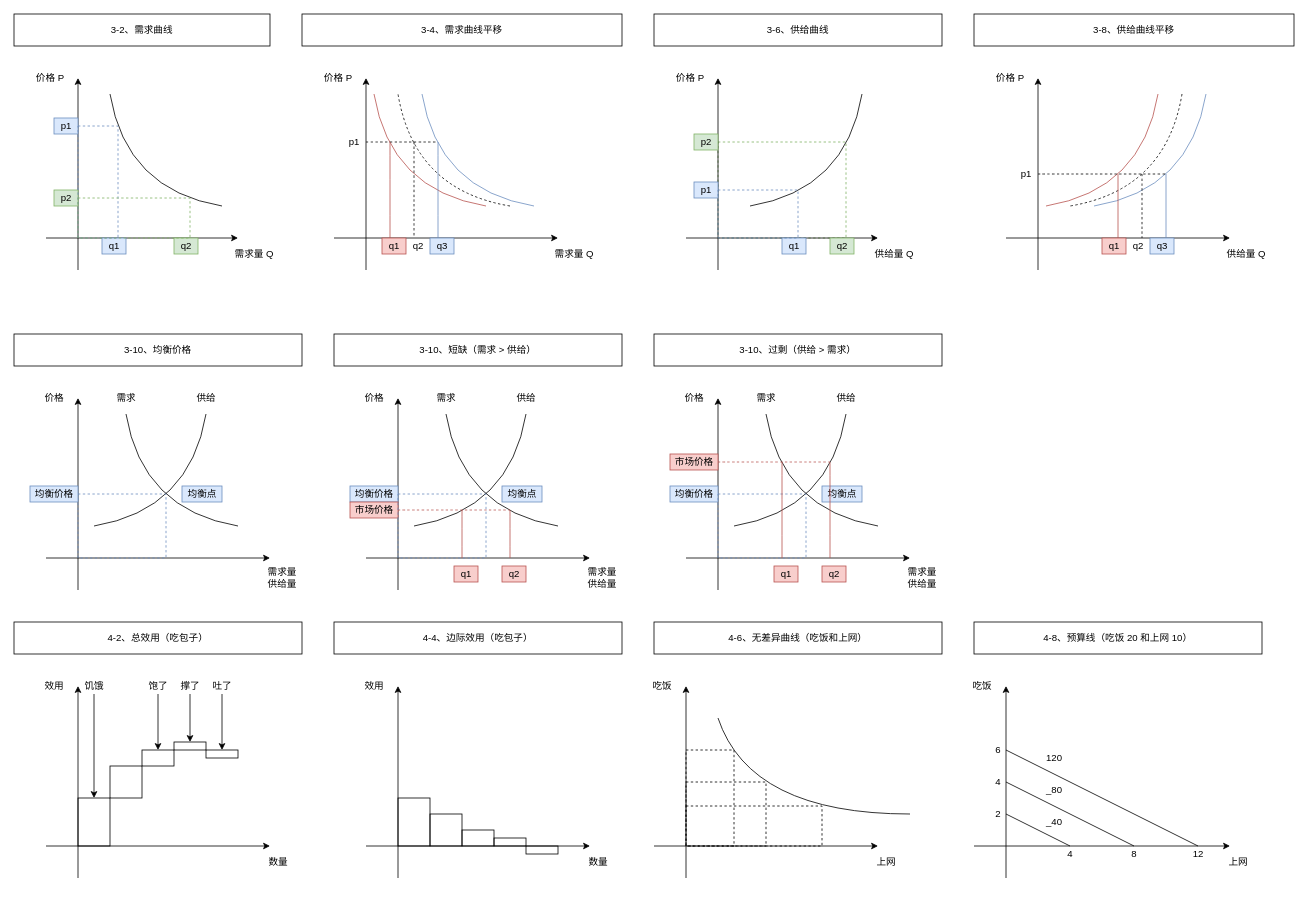
This is drawio/social-science/经济学.drawio from KelipuTe/note, a draw.io file, before an edit. Source tidied: cells renumbered, new cells numbered last; positions are measured from the earlier drawing's top-left corner, leaving out a move shared by most shapes. Both pictures are drawn from the tidied source at 80%, with x=0, y=0 at pixel (14, 14).
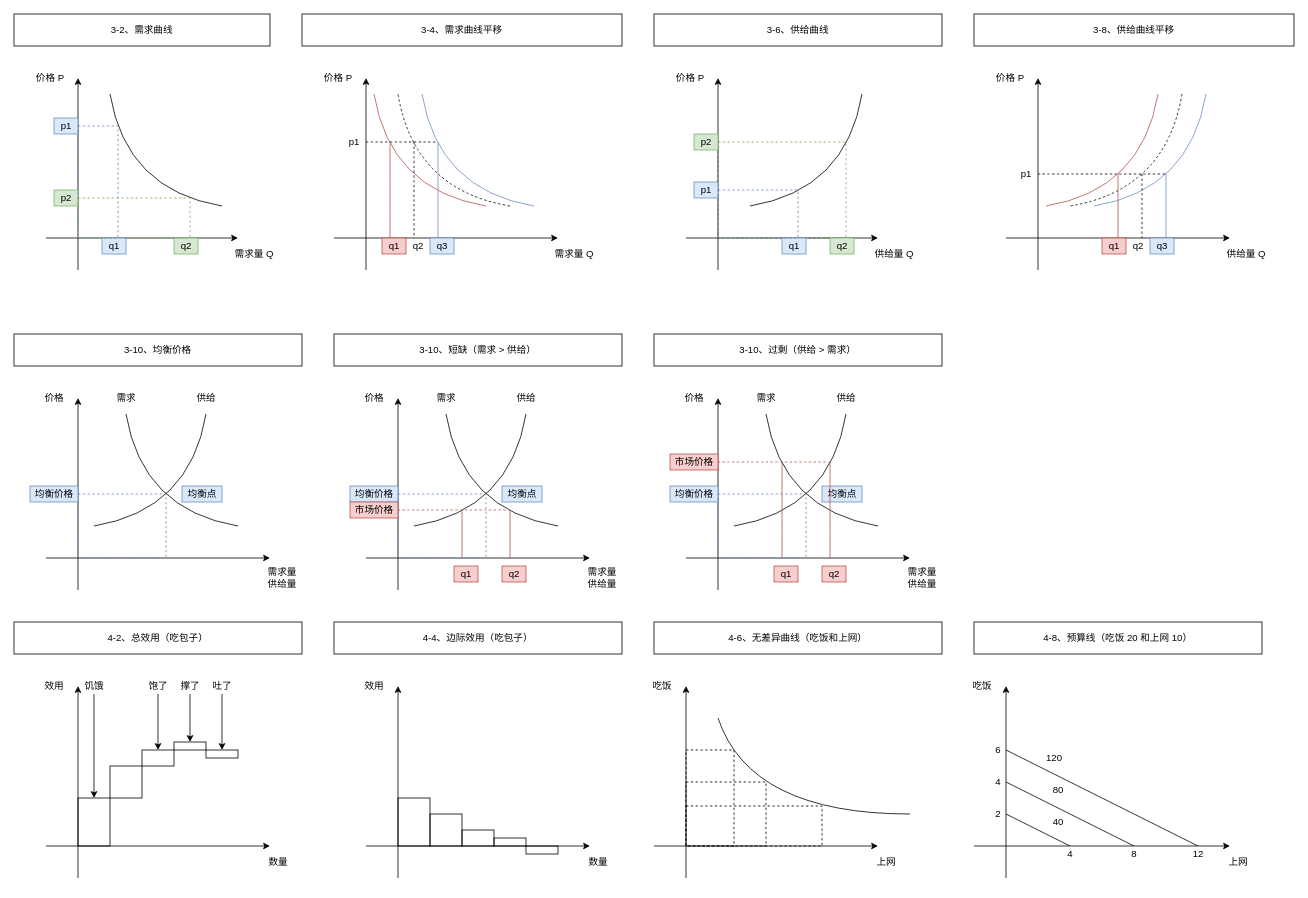
Above is the later version.

Change to the diagram source:
```diff
@@
-    <mxCell id="157" value="_40" style="text;html=1;align=center;verticalAlign=middle;strokeColor=none;fillColor=none;" parent="1" vertex="1">
-      <mxGeometry x="1280" y="1000" width="40" height="20" as="geometry" />
+    <mxCell id="157" value="40" style="text;html=1;align=center;verticalAlign=middle;strokeColor=none;fillColor=none;" parent="1" vertex="1">
+      <mxGeometry x="1290" y="1000" width="30" height="20" as="geometry" />
     </mxCell>
-    <mxCell id="158" value="_80" style="text;html=1;align=center;verticalAlign=middle;strokeColor=none;fillColor=none;" parent="1" vertex="1">
-      <mxGeometry x="1280" y="960" width="40" height="20" as="geometry" />
+    <mxCell id="158" value="80" style="text;html=1;align=center;verticalAlign=middle;strokeColor=none;fillColor=none;" parent="1" vertex="1">
+      <mxGeometry x="1290" y="960" width="30" height="20" as="geometry" />
     </mxCell>
```
